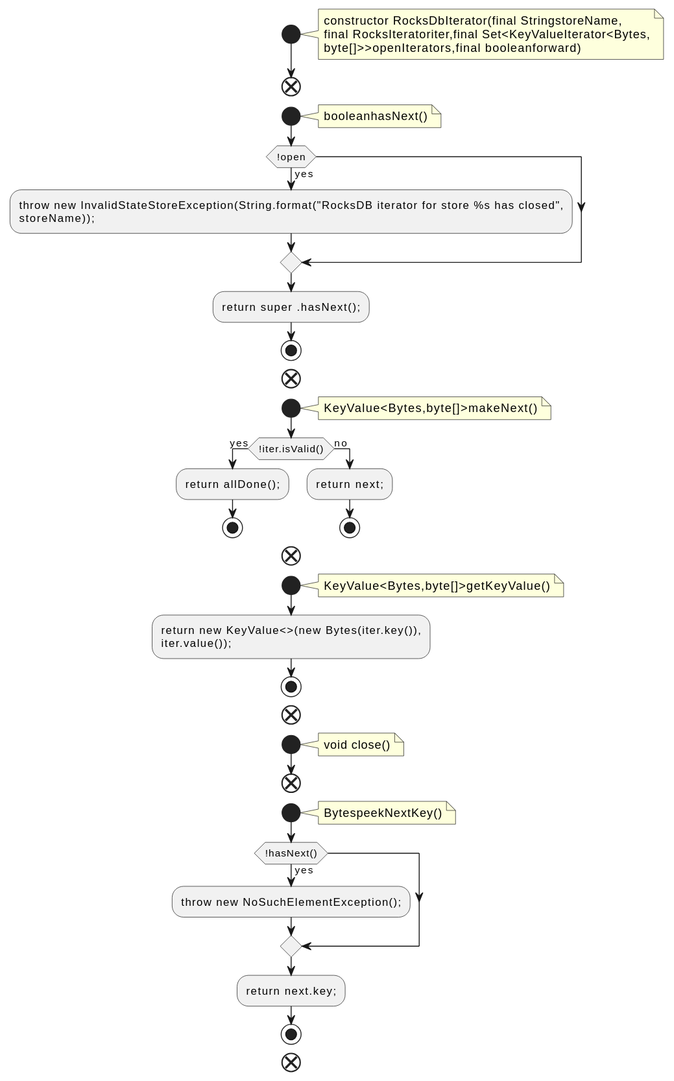
Before: docs/qc/streams/src/main/java/org/apache/kafka/streams/state/internals/RocksDbIterator.java.fct.svg, a diagram exported from PlantUML (qualitesys/kafka).
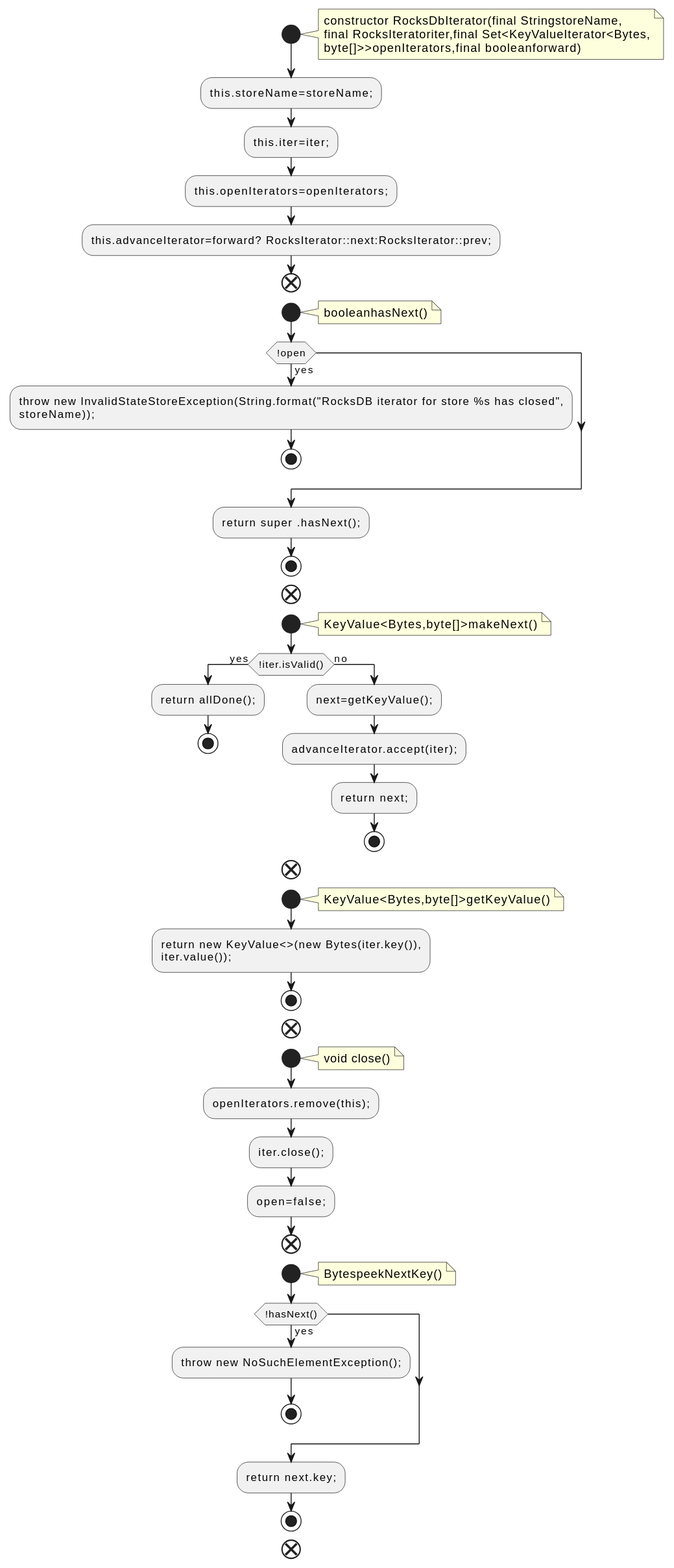
The same file after the commit.

The edit, as a diff of the source:
```diff
@@ -6,6 +6,10 @@
 final RocksIteratoriter,final Set<KeyValueIterator<Bytes,
 byte[]>>openIterators,final booleanforward)
 end note
+:this.storeName=storeName;;
+:this.iter=iter;;
+:this.openIterators=openIterators;;
+:this.advanceIterator=forward? RocksIterator::next:RocksIterator::prev;;
 end
 start
 note right
@@ -14,6 +18,7 @@
 if (!open) then (yes)
 :throw new InvalidStateStoreException(String.format("RocksDB iterator for store %s has closed",
 storeName));;
+stop
 endif
 :return super .hasNext();;
 stop
@@ -26,6 +31,8 @@
 :return allDone();;
 stop
 else (no)
+:next=getKeyValue();;
+:advanceIterator.accept(iter);;
 :return next;;
 stop
 endif
@@ -42,6 +49,9 @@
 note right
 void close()
 end note
+:openIterators.remove(this);;
+:iter.close();;
+:open=false;;
 end
 start
 note right
@@ -49,6 +59,7 @@
 end note
 if (!hasNext()) then (yes)
 :throw new NoSuchElementException();;
+stop
 endif
 :return next.key;;
 stop
```
